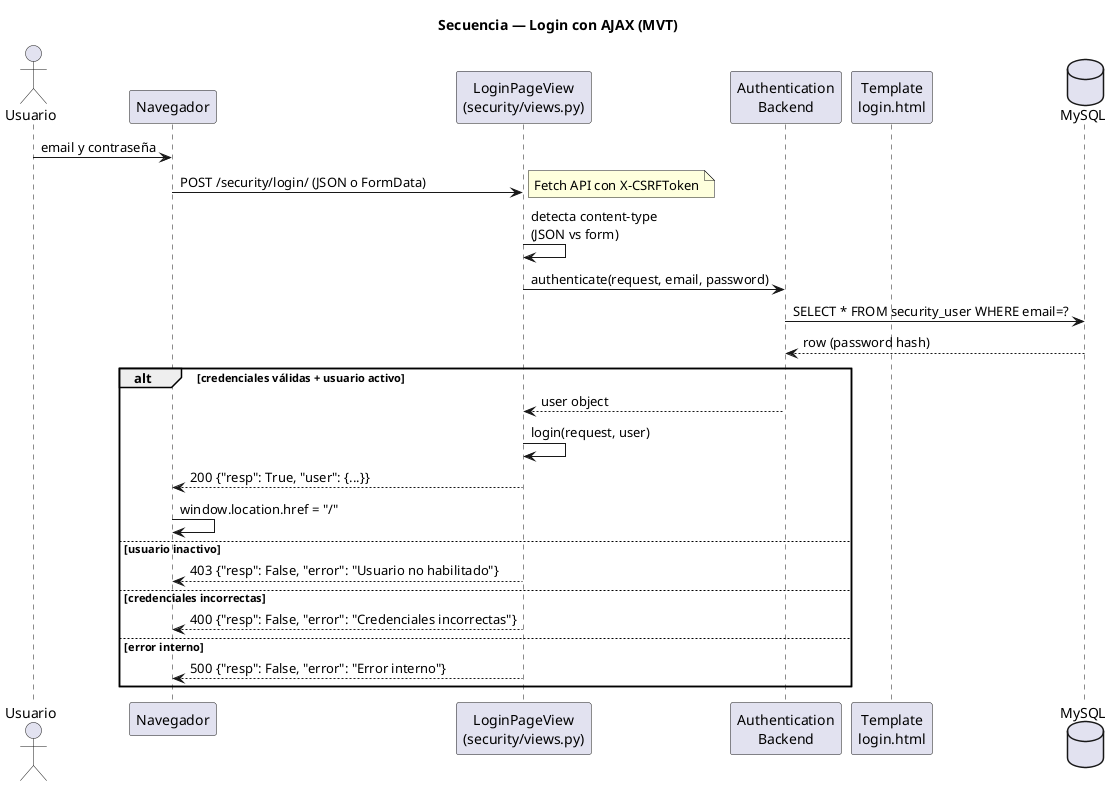
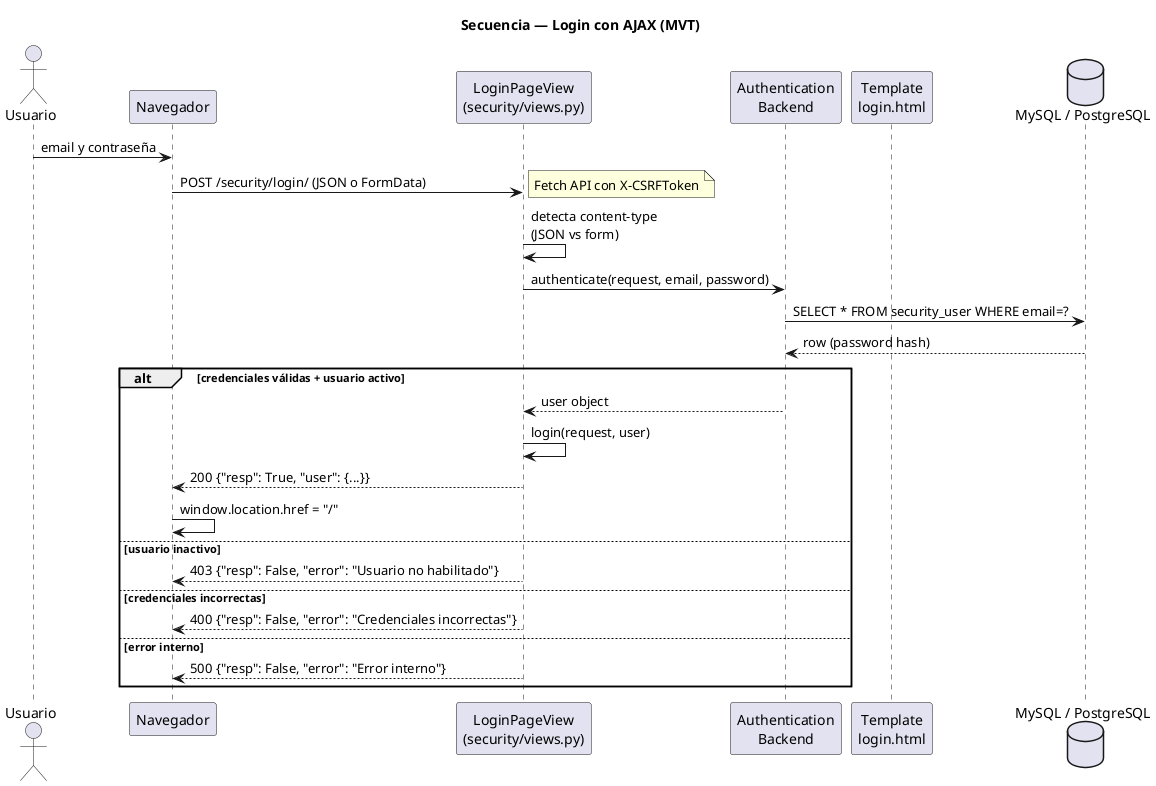
@startuml 03-secuencia-login
title Secuencia — Login con AJAX (MVT)

actor Usuario
participant "Navegador" as Browser
participant "LoginPageView\n(security/views.py)" as View
participant "Authentication\nBackend" as Auth
participant "Template\nlogin.html" as Template
- database "MySQL" as DB
+ database "MySQL / PostgreSQL" as DB

Usuario -> Browser: email y contraseña
Browser -> View: POST /security/login/ (JSON o FormData)
note right: Fetch API con X-CSRFToken

View -> View: detecta content-type\n(JSON vs form)
View -> Auth: authenticate(request, email, password)
Auth -> DB: SELECT * FROM security_user WHERE email=?
DB --> Auth: row (password hash)

alt credenciales válidas + usuario activo
  Auth --> View: user object
  View -> View: login(request, user)
  View --> Browser: 200 {"resp": True, "user": {...}}
  Browser -> Browser: window.location.href = "/"
else usuario inactivo
  View --> Browser: 403 {"resp": False, "error": "Usuario no habilitado"}
else credenciales incorrectas
  View --> Browser: 400 {"resp": False, "error": "Credenciales incorrectas"}
else error interno
  View --> Browser: 500 {"resp": False, "error": "Error interno"}
end
@enduml
